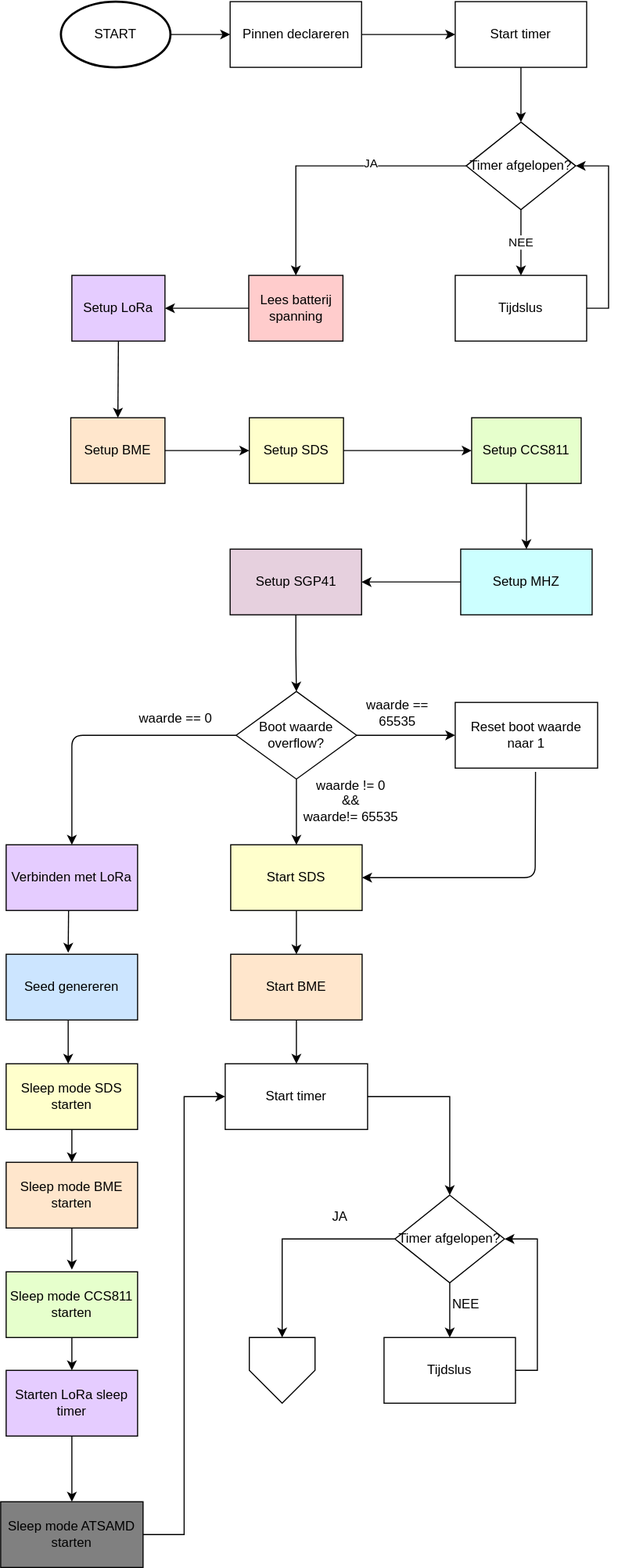
747oli/Luchtkwaliteitssensor_analyse keeps this draw.io diagram as assets/FlowChart-ATSAMD.svg. Above is the earlier version. Source tidied: cells renumbered, new cells last; positions are measured from the earlier drawing's top-left corner, leaving out a move shared by most shapes.
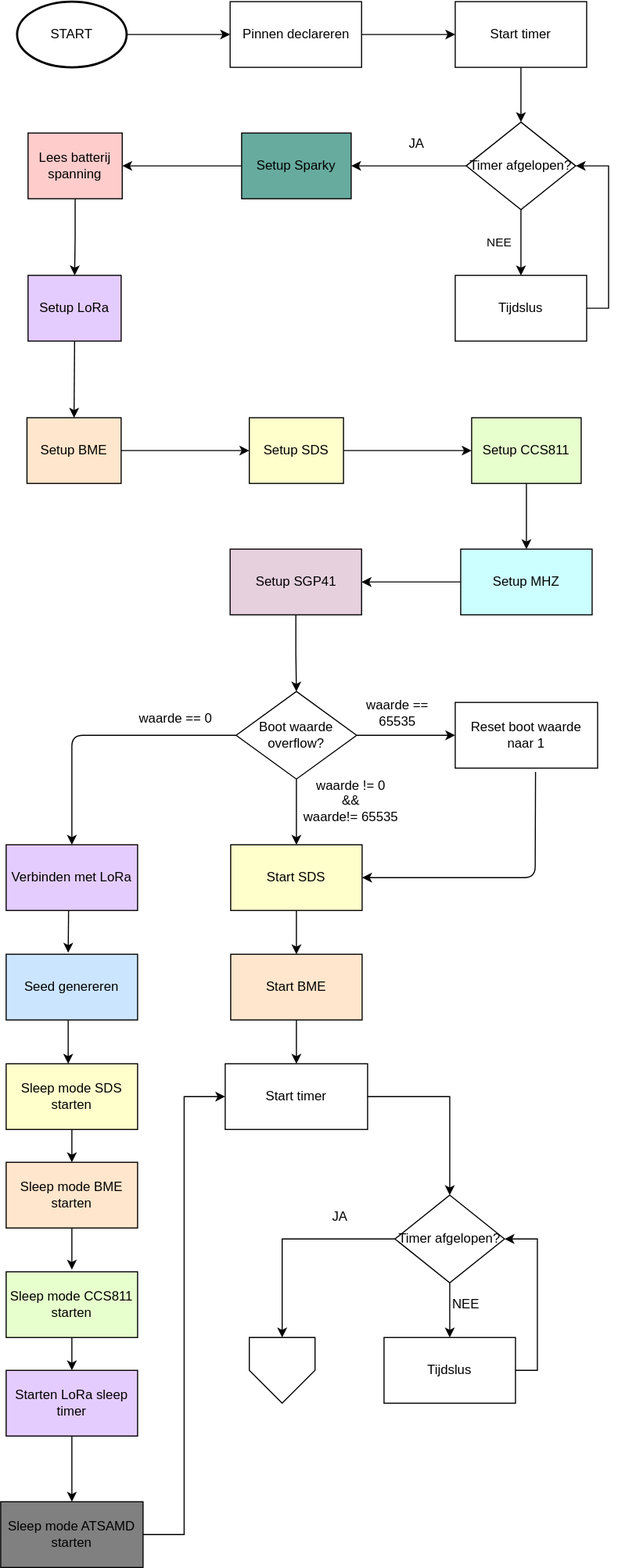
Later version of the same file.

Commit message:
Fix FlowChart; ATSAMD21, Sparky

Change to the diagram source:
```diff
@@ -8,15 +8,12 @@
     <mxCell id="3" value="Tijdslus" style="rounded=0;whiteSpace=wrap;html=1;" parent="1" vertex="1">
       <mxGeometry x="415" y="250" width="120" height="60" as="geometry" />
     </mxCell>
-    <mxCell id="4" style="edgeStyle=orthogonalEdgeStyle;rounded=0;jettySize=auto;html=1;exitX=0;exitY=0.5;exitDx=0;exitDy=0;entryX=0.5;entryY=0;entryDx=0;entryDy=0;" parent="1" edge="1" source="7" target="9">
-      <mxGeometry relative="1" as="geometry" />
-    </mxCell>
-    <mxCell id="5" value="JA" style="edgeLabel;html=1;align=center;verticalAlign=middle;" parent="4" vertex="1">
-      <mxGeometry x="-0.31" y="-3" relative="1" as="geometry" />
-    </mxCell>
     <mxCell id="6" value="NEE" style="edgeStyle=orthogonalEdgeStyle;rounded=0;jettySize=auto;html=1;" parent="1" edge="1" source="7" target="3">
-      <mxGeometry relative="1" as="geometry" />
+      <mxGeometry y="-20" relative="1" as="geometry" />
     </mxCell>
+    <mxCell id="65" style="edgeStyle=orthogonalEdgeStyle;rounded=0;jettySize=auto;html=1;" parent="1" edge="1" source="7" target="67">
+      <mxGeometry relative="1" as="geometry" />
+    </mxCell>
     <mxCell id="7" value="Timer afgelopen?" style="rhombus;whiteSpace=wrap;html=1;" parent="1" vertex="1">
       <mxGeometry x="425" y="110" width="100" height="80" as="geometry" />
     </mxCell>
@@ -24,13 +21,13 @@
       <mxGeometry relative="1" as="geometry" />
     </mxCell>
     <mxCell id="9" value="Lees batterij spanning" style="rounded=0;whiteSpace=wrap;html=1;fillColor=#FFCCCC;" parent="1" vertex="1">
-      <mxGeometry x="226.5" y="250" width="86" height="60" as="geometry" />
+      <mxGeometry x="25" y="120" width="86" height="60" as="geometry" />
     </mxCell>
     <mxCell id="10" style="edgeStyle=orthogonalEdgeStyle;rounded=0;jettySize=auto;html=1;" parent="1" edge="1" source="11" target="13">
       <mxGeometry relative="1" as="geometry" />
     </mxCell>
     <mxCell id="11" value="Setup BME" style="rounded=0;whiteSpace=wrap;html=1;fillColor=#FFE6CC;" parent="1" vertex="1">
-      <mxGeometry x="64" y="380" width="86" height="60" as="geometry" />
+      <mxGeometry x="24" y="380" width="86" height="60" as="geometry" />
     </mxCell>
     <mxCell id="12" style="edgeStyle=orthogonalEdgeStyle;rounded=0;jettySize=auto;html=1;" parent="1" edge="1" source="13" target="14">
       <mxGeometry relative="1" as="geometry" />
@@ -177,7 +174,7 @@
       <mxGeometry x="289.5" y="1100" width="40" height="20" as="geometry" />
     </mxCell>
     <mxCell id="56" value="Setup LoRa" style="rounded=0;whiteSpace=wrap;html=1;fillColor=#E5CCFF;" parent="1" vertex="1">
-      <mxGeometry x="65" y="250" width="85" height="60" as="geometry" />
+      <mxGeometry x="25" y="250" width="85" height="60" as="geometry" />
     </mxCell>
     <mxCell id="57" style="endArrow=classic;html=1;exitX=0.5;exitY=1;exitDx=0;exitDy=0;entryX=0.5;entryY=0;entryDx=0;entryDy=0;" parent="1" edge="1" source="56" target="11">
       <mxGeometry relative="1" as="geometry" />
@@ -192,7 +189,7 @@
       <mxGeometry relative="1" as="geometry" />
     </mxCell>
     <mxCell id="61" value="START" style="strokeWidth=2;html=1;shape=mxgraph.flowchart.start_1;whiteSpace=wrap;" parent="1" vertex="1">
-      <mxGeometry x="55" width="100" height="60" as="geometry" />
+      <mxGeometry x="15" width="100" height="60" as="geometry" />
     </mxCell>
     <mxCell id="62" style="edgeStyle=orthogonalEdgeStyle;rounded=0;jettySize=auto;html=1;exitX=1;exitY=0.5;exitDx=0;exitDy=0;entryX=0;entryY=0.5;entryDx=0;entryDy=0;" parent="1" edge="1" source="63" target="47">
       <mxGeometry relative="1" as="geometry" />
@@ -203,5 +200,14 @@
     <mxCell id="64" style="verticalLabelPosition=bottom;verticalAlign=top;html=1;shape=offPageConnector;rounded=0;size=0.5;fillColor=#FFFFFF;" parent="1" vertex="1">
       <mxGeometry x="227" y="1220" width="60" height="60" as="geometry" />
     </mxCell>
+    <mxCell id="66" style="edgeStyle=orthogonalEdgeStyle;rounded=0;jettySize=auto;html=1;" parent="1" edge="1" source="67" target="9">
+      <mxGeometry relative="1" as="geometry" />
+    </mxCell>
+    <mxCell id="67" value="Setup Sparky" style="rounded=0;whiteSpace=wrap;html=1;fillColor=#67AB9F;" parent="1" vertex="1">
+      <mxGeometry x="220" y="120" width="100" height="60" as="geometry" />
+    </mxCell>
+    <mxCell id="5" value="JA" style="text;html=1;strokeColor=none;fillColor=none;align=center;verticalAlign=middle;whiteSpace=wrap;rounded=0;" parent="1" vertex="1">
+      <mxGeometry x="345" y="120" width="70" height="20" as="geometry" />
+    </mxCell>
   </root>
 </mxGraphModel>
```
